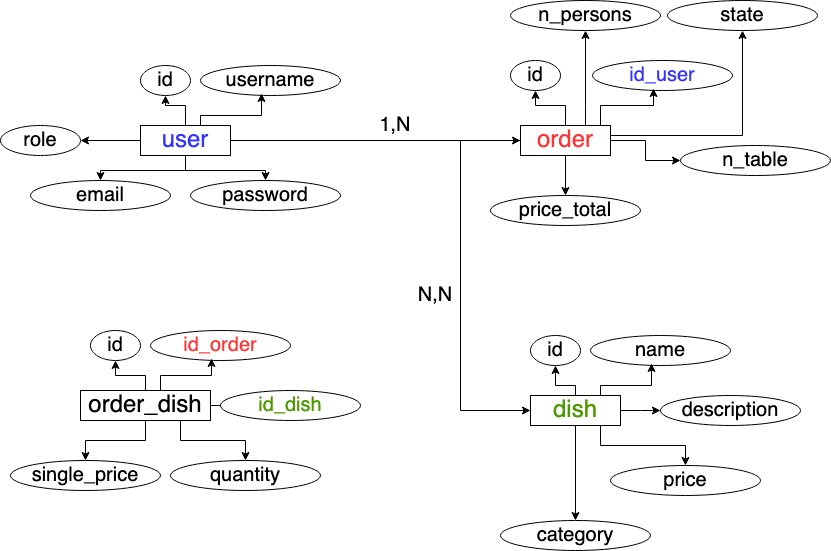
Above: RistoFood-DB.png in MicheleMal/RistoFood (draw.io), before the change. Source tidied: cells renumbered, new cells last; positions are measured from the earlier drawing's top-left corner, leaving out a move shared by most shapes.
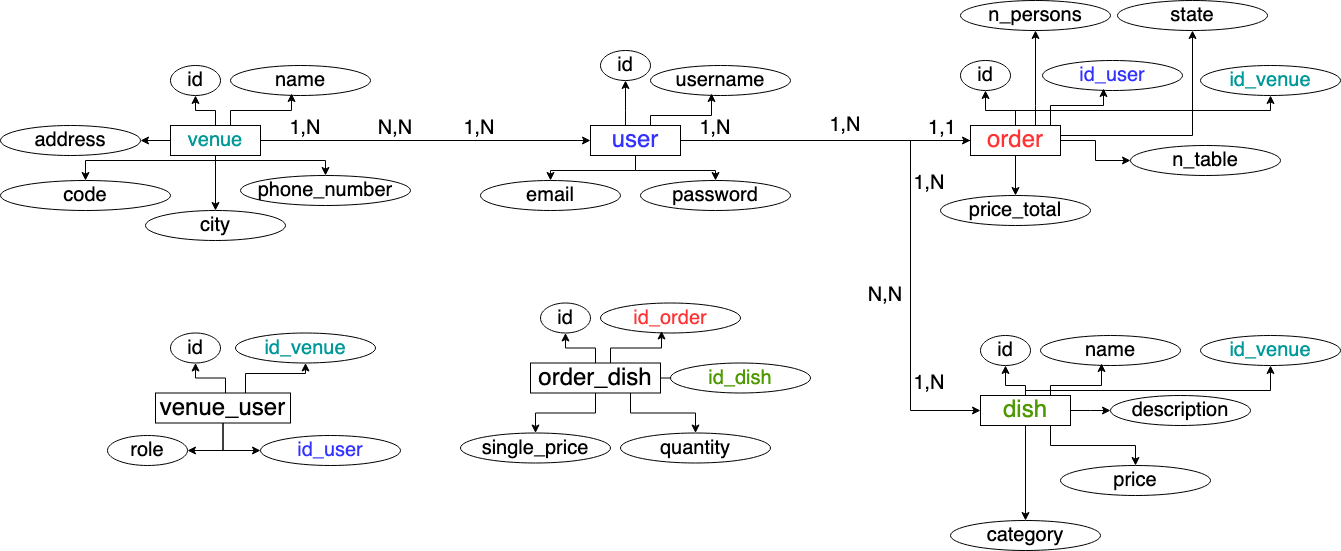
The same diagram one commit later.

Change to the diagram source:
```diff
@@ -3,7 +3,12 @@
     <mxCell id="0" />
     <mxCell id="1" parent="0" />
     <mxCell id="2" style="edgeStyle=orthogonalEdgeStyle;rounded=0;jettySize=auto;html=1;entryX=0.5;entryY=1;entryDx=0;entryDy=0;fontSize=20;" parent="1" edge="1" source="7" target="9">
-      <mxGeometry relative="1" as="geometry" />
+      <mxGeometry relative="1" as="geometry">
+        <Array as="points">
+          <mxPoint x="175" y="110" />
+          <mxPoint x="175" y="110" />
+        </Array>
+      </mxGeometry>
     </mxCell>
     <mxCell id="3" style="edgeStyle=orthogonalEdgeStyle;rounded=0;jettySize=auto;html=1;entryX=0.5;entryY=0;entryDx=0;entryDy=0;fontSize=20;" parent="1" edge="1" source="7" target="11">
       <mxGeometry relative="1" as="geometry">
@@ -13,9 +18,6 @@
         </Array>
       </mxGeometry>
     </mxCell>
-    <mxCell id="4" style="edgeStyle=orthogonalEdgeStyle;rounded=0;jettySize=auto;html=1;entryX=1;entryY=0.5;entryDx=0;entryDy=0;fontSize=20;" parent="1" edge="1" source="7" target="10">
-      <mxGeometry relative="1" as="geometry" />
-    </mxCell>
     <mxCell id="5" style="edgeStyle=orthogonalEdgeStyle;rounded=0;jettySize=auto;html=1;entryX=0;entryY=0.5;entryDx=0;entryDy=0;" parent="1" edge="1" source="7" target="32">
       <mxGeometry relative="1" as="geometry" />
     </mxCell>
@@ -37,11 +39,8 @@
       </mxGeometry>
     </mxCell>
     <mxCell id="9" value="&lt;font style=&quot;font-size: 20px;&quot;&gt;id&lt;/font&gt;" style="ellipse;whiteSpace=wrap;html=1;fontSize=20;" parent="1" vertex="1">
-      <mxGeometry x="140" y="65" width="50" height="30" as="geometry" />
+      <mxGeometry x="150" y="50" width="50" height="30" as="geometry" />
     </mxCell>
-    <mxCell id="10" value="&lt;div style=&quot;font-size: 20px;&quot;&gt;role&lt;/div&gt;" style="ellipse;whiteSpace=wrap;html=1;fontSize=20;" parent="1" vertex="1">
-      <mxGeometry y="125" width="80" height="30" as="geometry" />
-    </mxCell>
     <mxCell id="11" value="&lt;font style=&quot;font-size: 20px;&quot;&gt;password&lt;/font&gt;" style="ellipse;whiteSpace=wrap;html=1;fontSize=20;" parent="1" vertex="1">
       <mxGeometry x="190" y="180" width="150" height="30" as="geometry" />
     </mxCell>
@@ -80,6 +79,14 @@
         <mxPoint x="660" y="410" as="targetPoint" />
       </mxGeometry>
     </mxCell>
+    <mxCell id="56" style="edgeStyle=orthogonalEdgeStyle;rounded=0;jettySize=auto;html=1;entryX=0.5;entryY=1;entryDx=0;entryDy=0;" parent="1" edge="1" source="18" target="79">
+      <mxGeometry relative="1" as="geometry">
+        <Array as="points">
+          <mxPoint x="575" y="390" />
+          <mxPoint x="820" y="390" />
+        </Array>
+      </mxGeometry>
+    </mxCell>
     <mxCell id="18" value="&lt;font style=&quot;font-size: 24px; color: rgb(77, 153, 0);&quot;&gt;dish&lt;/font&gt;" style="rounded=0;whiteSpace=wrap;html=1;fontSize=24;" parent="1" vertex="1">
       <mxGeometry x="530" y="395" width="90" height="30" as="geometry" />
     </mxCell>
@@ -113,7 +120,12 @@
       <mxGeometry x="500" y="520" width="150" height="30" as="geometry" />
     </mxCell>
     <mxCell id="26" style="edgeStyle=orthogonalEdgeStyle;rounded=0;jettySize=auto;html=1;entryX=0.5;entryY=1;entryDx=0;entryDy=0;fontSize=20;" parent="1" edge="1" source="32" target="34">
-      <mxGeometry relative="1" as="geometry" />
+      <mxGeometry relative="1" as="geometry">
+        <Array as="points">
+          <mxPoint x="565" y="110" />
+          <mxPoint x="535" y="110" />
+        </Array>
+      </mxGeometry>
     </mxCell>
     <mxCell id="27" style="edgeStyle=orthogonalEdgeStyle;rounded=0;jettySize=auto;html=1;entryX=0.5;entryY=0;entryDx=0;entryDy=0;fontSize=20;" parent="1" edge="1" source="32" target="37">
       <mxGeometry relative="1" as="geometry" />
@@ -144,6 +156,14 @@
         </Array>
       </mxGeometry>
     </mxCell>
+    <mxCell id="57" style="edgeStyle=orthogonalEdgeStyle;rounded=0;jettySize=auto;html=1;entryX=0.5;entryY=1;entryDx=0;entryDy=0;" parent="1" edge="1" source="32" target="78">
+      <mxGeometry relative="1" as="geometry">
+        <Array as="points">
+          <mxPoint x="565" y="110" />
+          <mxPoint x="820" y="110" />
+        </Array>
+      </mxGeometry>
+    </mxCell>
     <mxCell id="32" value="&lt;font style=&quot;font-size: 24px; color: rgb(255, 51, 51);&quot;&gt;order&lt;br&gt;&lt;/font&gt;" style="rounded=0;whiteSpace=wrap;html=1;fontSize=20;" parent="1" vertex="1">
       <mxGeometry x="520" y="125" width="90" height="30" as="geometry" />
     </mxCell>
@@ -185,53 +205,53 @@
     <mxCell id="42" style="edgeStyle=orthogonalEdgeStyle;rounded=0;jettySize=auto;html=1;entryX=0.5;entryY=1;entryDx=0;entryDy=0;" parent="1" edge="1" source="46" target="48">
       <mxGeometry relative="1" as="geometry">
         <Array as="points">
-          <mxPoint x="145" y="375" />
-          <mxPoint x="115" y="375" />
+          <mxPoint x="145" y="347.5" />
+          <mxPoint x="115" y="347.5" />
         </Array>
       </mxGeometry>
     </mxCell>
     <mxCell id="43" style="edgeStyle=orthogonalEdgeStyle;rounded=0;jettySize=auto;html=1;entryX=0.5;entryY=0;entryDx=0;entryDy=0;" parent="1" edge="1" source="46" target="50">
       <mxGeometry relative="1" as="geometry">
         <Array as="points">
-          <mxPoint x="180" y="440" />
-          <mxPoint x="245" y="440" />
+          <mxPoint x="180" y="412.5" />
+          <mxPoint x="245" y="412.5" />
         </Array>
       </mxGeometry>
     </mxCell>
     <mxCell id="44" style="edgeStyle=orthogonalEdgeStyle;rounded=0;jettySize=auto;html=1;" parent="1" edge="1" source="46">
       <mxGeometry relative="1" as="geometry">
-        <mxPoint x="220" y="405" as="targetPoint" />
+        <mxPoint x="220" y="377.5" as="targetPoint" />
       </mxGeometry>
     </mxCell>
     <mxCell id="45" style="edgeStyle=orthogonalEdgeStyle;rounded=0;jettySize=auto;html=1;entryX=0.5;entryY=0;entryDx=0;entryDy=0;" parent="1" edge="1" source="46" target="54">
       <mxGeometry relative="1" as="geometry" />
     </mxCell>
     <mxCell id="46" value="order_dish" style="rounded=0;whiteSpace=wrap;html=1;fontSize=24;" parent="1" vertex="1">
-      <mxGeometry x="80" y="390" width="130" height="30" as="geometry" />
+      <mxGeometry x="80" y="362.5" width="130" height="30" as="geometry" />
     </mxCell>
     <mxCell id="47" style="edgeStyle=orthogonalEdgeStyle;rounded=0;orthogonalLoop=1;jettySize=auto;html=1;exitX=0.5;exitY=1;exitDx=0;exitDy=0;" parent="1" edge="1">
       <mxGeometry relative="1" as="geometry">
-        <mxPoint x="110" y="360" as="sourcePoint" />
-        <mxPoint x="110" y="360" as="targetPoint" />
+        <mxPoint x="110" y="332.5" as="sourcePoint" />
+        <mxPoint x="110" y="332.5" as="targetPoint" />
       </mxGeometry>
     </mxCell>
     <mxCell id="48" value="&lt;font style=&quot;font-size: 20px;&quot;&gt;id&lt;/font&gt;" style="ellipse;whiteSpace=wrap;html=1;fontSize=20;" parent="1" vertex="1">
-      <mxGeometry x="90" y="330" width="50" height="30" as="geometry" />
+      <mxGeometry x="90" y="302.5" width="50" height="30" as="geometry" />
     </mxCell>
     <mxCell id="49" value="&lt;span style=&quot;color: rgb(77, 153, 0);&quot;&gt;id_dish&lt;/span&gt;" style="ellipse;whiteSpace=wrap;html=1;fontSize=20;" parent="1" vertex="1">
-      <mxGeometry x="220" y="390" width="140" height="30" as="geometry" />
+      <mxGeometry x="220" y="362.5" width="140" height="30" as="geometry" />
     </mxCell>
     <mxCell id="50" value="quantity" style="ellipse;whiteSpace=wrap;html=1;fontSize=20;" parent="1" vertex="1">
-      <mxGeometry x="170" y="460" width="150" height="30" as="geometry" />
+      <mxGeometry x="170" y="432.5" width="150" height="30" as="geometry" />
     </mxCell>
     <mxCell id="51" value="&lt;span style=&quot;color: rgb(255, 51, 51);&quot;&gt;id_order&lt;/span&gt;" style="ellipse;whiteSpace=wrap;html=1;fontSize=20;" parent="1" vertex="1">
-      <mxGeometry x="150" y="330" width="140" height="30" as="geometry" />
+      <mxGeometry x="150" y="302.5" width="140" height="30" as="geometry" />
     </mxCell>
     <mxCell id="52" style="edgeStyle=orthogonalEdgeStyle;rounded=0;jettySize=auto;html=1;entryX=0.436;entryY=0.933;entryDx=0;entryDy=0;entryPerimeter=0;" parent="1" edge="1" source="46" target="51">
       <mxGeometry relative="1" as="geometry">
         <Array as="points">
-          <mxPoint x="160" y="375" />
-          <mxPoint x="211" y="375" />
+          <mxPoint x="160" y="347.5" />
+          <mxPoint x="211" y="347.5" />
         </Array>
       </mxGeometry>
     </mxCell>
@@ -239,10 +259,148 @@
       <mxGeometry x="510" width="150" height="30" as="geometry" />
     </mxCell>
     <mxCell id="54" value="single_price" style="ellipse;whiteSpace=wrap;html=1;fontSize=20;" parent="1" vertex="1">
-      <mxGeometry x="10" y="460" width="150" height="30" as="geometry" />
+      <mxGeometry x="10" y="432.5" width="150" height="30" as="geometry" />
     </mxCell>
     <mxCell id="55" value="email" style="ellipse;whiteSpace=wrap;html=1;fontSize=20;" parent="1" vertex="1">
       <mxGeometry x="30" y="180" width="140" height="30" as="geometry" />
     </mxCell>
+    <mxCell id="58" value="&lt;font style=&quot;font-size: 20px;&quot;&gt;1,N&lt;/font&gt;" style="text;html=1;align=center;verticalAlign=middle;whiteSpace=wrap;rounded=0;" parent="1" vertex="1">
+      <mxGeometry x="246.2" y="120" width="37.5" height="15" as="geometry" />
+    </mxCell>
+    <mxCell id="59" value="&lt;font style=&quot;font-size: 20px;&quot;&gt;1,1&lt;/font&gt;" style="text;html=1;align=center;verticalAlign=middle;whiteSpace=wrap;rounded=0;" parent="1" vertex="1">
+      <mxGeometry x="472.5" y="120" width="37.5" height="15" as="geometry" />
+    </mxCell>
+    <mxCell id="60" value="&lt;font style=&quot;font-size: 20px;&quot;&gt;1,N&lt;/font&gt;" style="text;html=1;align=center;verticalAlign=middle;whiteSpace=wrap;rounded=0;" parent="1" vertex="1">
+      <mxGeometry x="460" y="175" width="37.5" height="15" as="geometry" />
+    </mxCell>
+    <mxCell id="61" value="&lt;font style=&quot;font-size: 20px;&quot;&gt;1,N&lt;/font&gt;" style="text;html=1;align=center;verticalAlign=middle;whiteSpace=wrap;rounded=0;" parent="1" vertex="1">
+      <mxGeometry x="460" y="375" width="37.5" height="15" as="geometry" />
+    </mxCell>
+    <mxCell id="62" style="edgeStyle=orthogonalEdgeStyle;rounded=0;jettySize=auto;html=1;entryX=0.5;entryY=1;entryDx=0;entryDy=0;fontSize=20;" parent="1" edge="1" source="68" target="70">
+      <mxGeometry relative="1" as="geometry">
+        <Array as="points">
+          <mxPoint x="-235" y="110" />
+          <mxPoint x="-255" y="110" />
+        </Array>
+      </mxGeometry>
+    </mxCell>
+    <mxCell id="63" style="edgeStyle=orthogonalEdgeStyle;rounded=0;jettySize=auto;html=1;entryX=0;entryY=0.5;entryDx=0;entryDy=0;" parent="1" edge="1" source="68" target="7">
+      <mxGeometry relative="1" as="geometry" />
+    </mxCell>
+    <mxCell id="64" style="edgeStyle=orthogonalEdgeStyle;rounded=0;jettySize=auto;html=1;entryX=0.5;entryY=0;entryDx=0;entryDy=0;" parent="1" edge="1" source="68" target="80">
+      <mxGeometry relative="1" as="geometry" />
+    </mxCell>
+    <mxCell id="65" style="edgeStyle=orthogonalEdgeStyle;rounded=0;jettySize=auto;html=1;entryX=0.5;entryY=0;entryDx=0;entryDy=0;" parent="1" edge="1" source="68" target="81">
+      <mxGeometry relative="1" as="geometry">
+        <Array as="points">
+          <mxPoint x="-235" y="160" />
+          <mxPoint x="-365" y="160" />
+        </Array>
+      </mxGeometry>
+    </mxCell>
+    <mxCell id="66" style="edgeStyle=orthogonalEdgeStyle;rounded=0;jettySize=auto;html=1;entryX=0.5;entryY=0;entryDx=0;entryDy=0;" parent="1" edge="1" source="68" target="71">
+      <mxGeometry relative="1" as="geometry">
+        <Array as="points">
+          <mxPoint x="-235" y="160" />
+          <mxPoint x="-125" y="160" />
+        </Array>
+      </mxGeometry>
+    </mxCell>
+    <mxCell id="67" style="edgeStyle=orthogonalEdgeStyle;rounded=0;jettySize=auto;html=1;entryX=1;entryY=0.5;entryDx=0;entryDy=0;" parent="1" edge="1" source="68" target="74">
+      <mxGeometry relative="1" as="geometry" />
+    </mxCell>
+    <mxCell id="68" value="&lt;font&gt;venue&lt;/font&gt;" style="rounded=0;whiteSpace=wrap;html=1;fontSize=20;fontColor=#009999;" parent="1" vertex="1">
+      <mxGeometry x="-280" y="125" width="90" height="30" as="geometry" />
+    </mxCell>
+    <mxCell id="69" style="edgeStyle=orthogonalEdgeStyle;rounded=0;orthogonalLoop=1;jettySize=auto;html=1;exitX=0.5;exitY=1;exitDx=0;exitDy=0;fontSize=20;" parent="1" edge="1">
+      <mxGeometry relative="1" as="geometry">
+        <mxPoint x="-260" y="95" as="sourcePoint" />
+        <mxPoint x="-260" y="95" as="targetPoint" />
+      </mxGeometry>
+    </mxCell>
+    <mxCell id="70" value="&lt;font style=&quot;font-size: 20px;&quot;&gt;id&lt;/font&gt;" style="ellipse;whiteSpace=wrap;html=1;fontSize=20;" parent="1" vertex="1">
+      <mxGeometry x="-280" y="65" width="50" height="30" as="geometry" />
+    </mxCell>
+    <mxCell id="71" value="phone_number" style="ellipse;whiteSpace=wrap;html=1;fontSize=20;" parent="1" vertex="1">
+      <mxGeometry x="-210" y="175" width="170" height="30" as="geometry" />
+    </mxCell>
+    <mxCell id="72" value="name" style="ellipse;whiteSpace=wrap;html=1;fontSize=20;" parent="1" vertex="1">
+      <mxGeometry x="-220" y="65" width="140" height="30" as="geometry" />
+    </mxCell>
+    <mxCell id="73" style="edgeStyle=orthogonalEdgeStyle;rounded=0;jettySize=auto;html=1;entryX=0.436;entryY=0.933;entryDx=0;entryDy=0;entryPerimeter=0;fontSize=20;" parent="1" edge="1" source="68" target="72">
+      <mxGeometry relative="1" as="geometry">
+        <Array as="points">
+          <mxPoint x="-220" y="110" />
+          <mxPoint x="-159" y="110" />
+        </Array>
+      </mxGeometry>
+    </mxCell>
+    <mxCell id="74" value="address" style="ellipse;whiteSpace=wrap;html=1;fontSize=20;" parent="1" vertex="1">
+      <mxGeometry x="-450" y="125" width="140" height="30" as="geometry" />
+    </mxCell>
+    <mxCell id="75" value="&lt;font style=&quot;font-size: 20px;&quot;&gt;1,N&lt;/font&gt;" style="text;html=1;align=center;verticalAlign=middle;whiteSpace=wrap;rounded=0;" parent="1" vertex="1">
+      <mxGeometry x="-163.8" y="120" width="37.5" height="15" as="geometry" />
+    </mxCell>
+    <mxCell id="76" value="&lt;font style=&quot;font-size: 20px;&quot;&gt;1,N&lt;/font&gt;" style="text;html=1;align=center;verticalAlign=middle;whiteSpace=wrap;rounded=0;" parent="1" vertex="1">
+      <mxGeometry x="10" y="120" width="37.5" height="15" as="geometry" />
+    </mxCell>
+    <mxCell id="77" value="&lt;font style=&quot;font-size: 20px;&quot;&gt;N,N&lt;/font&gt;" style="text;html=1;align=center;verticalAlign=middle;whiteSpace=wrap;rounded=0;" parent="1" vertex="1">
+      <mxGeometry x="-80" y="117.5" width="50" height="20" as="geometry" />
+    </mxCell>
+    <mxCell id="78" value="&lt;span style=&quot;&quot;&gt;id_venue&lt;/span&gt;" style="ellipse;whiteSpace=wrap;html=1;fontSize=20;fontColor=#009999;" parent="1" vertex="1">
+      <mxGeometry x="750" y="65" width="140" height="30" as="geometry" />
+    </mxCell>
+    <mxCell id="79" value="&lt;span style=&quot;&quot;&gt;id_venue&lt;/span&gt;" style="ellipse;whiteSpace=wrap;html=1;fontSize=20;fontColor=#009999;" parent="1" vertex="1">
+      <mxGeometry x="750" y="335" width="140" height="30" as="geometry" />
+    </mxCell>
+    <mxCell id="80" value="&lt;div&gt;city&lt;/div&gt;" style="ellipse;whiteSpace=wrap;html=1;fontSize=20;" parent="1" vertex="1">
+      <mxGeometry x="-305" y="210" width="140" height="30" as="geometry" />
+    </mxCell>
+    <mxCell id="81" value="code" style="ellipse;whiteSpace=wrap;html=1;fontSize=20;" parent="1" vertex="1">
+      <mxGeometry x="-450" y="180" width="170" height="30" as="geometry" />
+    </mxCell>
+    <mxCell id="82" style="edgeStyle=orthogonalEdgeStyle;rounded=0;jettySize=auto;html=1;entryX=0.5;entryY=1;entryDx=0;entryDy=0;" parent="1" edge="1" source="86" target="88">
+      <mxGeometry relative="1" as="geometry">
+        <Array as="points">
+          <mxPoint x="-225" y="377.5" />
+          <mxPoint x="-255" y="377.5" />
+        </Array>
+      </mxGeometry>
+    </mxCell>
+    <mxCell id="83" style="edgeStyle=orthogonalEdgeStyle;rounded=0;jettySize=auto;html=1;entryX=0.5;entryY=1;entryDx=0;entryDy=0;" parent="1" edge="1" source="86" target="89">
+      <mxGeometry relative="1" as="geometry">
+        <Array as="points">
+          <mxPoint x="-205" y="373" />
+          <mxPoint x="-145" y="373" />
+        </Array>
+      </mxGeometry>
+    </mxCell>
+    <mxCell id="84" style="edgeStyle=orthogonalEdgeStyle;rounded=0;jettySize=auto;html=1;entryX=0;entryY=0.5;entryDx=0;entryDy=0;" parent="1" edge="1" source="86" target="90">
+      <mxGeometry relative="1" as="geometry" />
+    </mxCell>
+    <mxCell id="85" style="edgeStyle=orthogonalEdgeStyle;rounded=0;jettySize=auto;html=1;entryX=1;entryY=0.5;entryDx=0;entryDy=0;" parent="1" edge="1" source="86" target="10">
+      <mxGeometry relative="1" as="geometry" />
+    </mxCell>
+    <mxCell id="86" value="venue_user" style="rounded=0;whiteSpace=wrap;html=1;fontSize=24;" parent="1" vertex="1">
+      <mxGeometry x="-295" y="392.5" width="135" height="30" as="geometry" />
+    </mxCell>
+    <mxCell id="87" style="edgeStyle=orthogonalEdgeStyle;rounded=0;orthogonalLoop=1;jettySize=auto;html=1;exitX=0.5;exitY=1;exitDx=0;exitDy=0;" parent="1" edge="1">
+      <mxGeometry relative="1" as="geometry">
+        <mxPoint x="-260" y="362.5" as="sourcePoint" />
+        <mxPoint x="-260" y="362.5" as="targetPoint" />
+      </mxGeometry>
+    </mxCell>
+    <mxCell id="88" value="&lt;font style=&quot;font-size: 20px;&quot;&gt;id&lt;/font&gt;" style="ellipse;whiteSpace=wrap;html=1;fontSize=20;" parent="1" vertex="1">
+      <mxGeometry x="-280" y="332.5" width="50" height="30" as="geometry" />
+    </mxCell>
+    <mxCell id="89" value="id_venue" style="ellipse;whiteSpace=wrap;html=1;fontSize=20;fontColor=#009999;" parent="1" vertex="1">
+      <mxGeometry x="-215" y="332.5" width="140" height="30" as="geometry" />
+    </mxCell>
+    <mxCell id="90" value="&lt;font style=&quot;color: rgb(51, 51, 255);&quot;&gt;id_user&lt;/font&gt;" style="ellipse;whiteSpace=wrap;html=1;fontSize=20;" parent="1" vertex="1">
+      <mxGeometry x="-190" y="435" width="140" height="30" as="geometry" />
+    </mxCell>
+    <mxCell id="10" value="&lt;div style=&quot;font-size: 20px;&quot;&gt;role&lt;/div&gt;" style="ellipse;whiteSpace=wrap;html=1;fontSize=20;" parent="1" vertex="1">
+      <mxGeometry x="-343" y="435" width="80" height="30" as="geometry" />
+    </mxCell>
   </root>
 </mxGraphModel>
```
